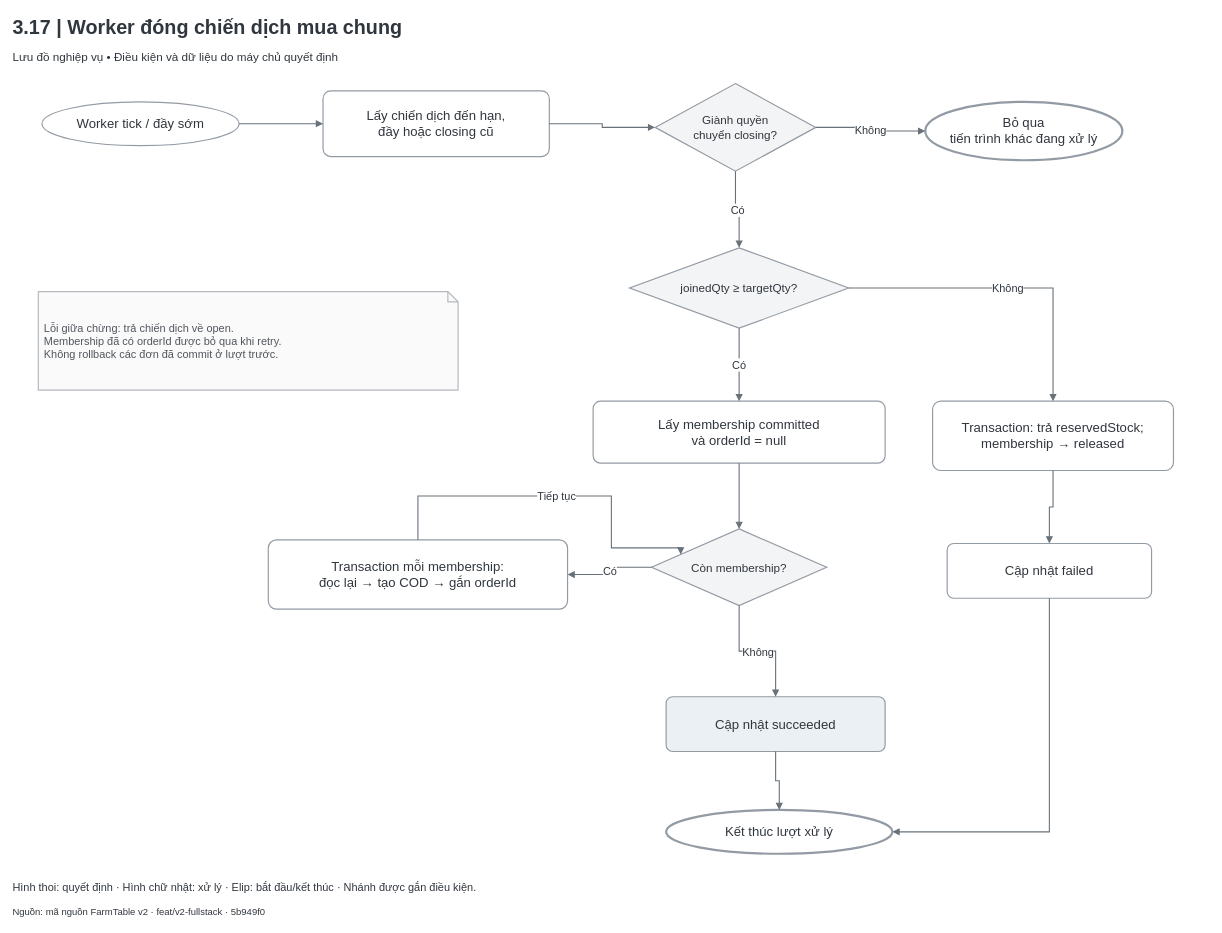
Earlier version of the draw.io diagram FarmTable_Chuong3/So_do_BA/drawio/Hinh_3_17.drawio (hathu1272006-eng/PTWnangcao). Source tidied: cells renumbered, new cells numbered last; positions are measured from the earlier drawing's top-left corner, leaving out a move shared by most shapes. Both pictures are drawn from the tidied source at 73%, with x=0, y=0 at pixel (12, 12).
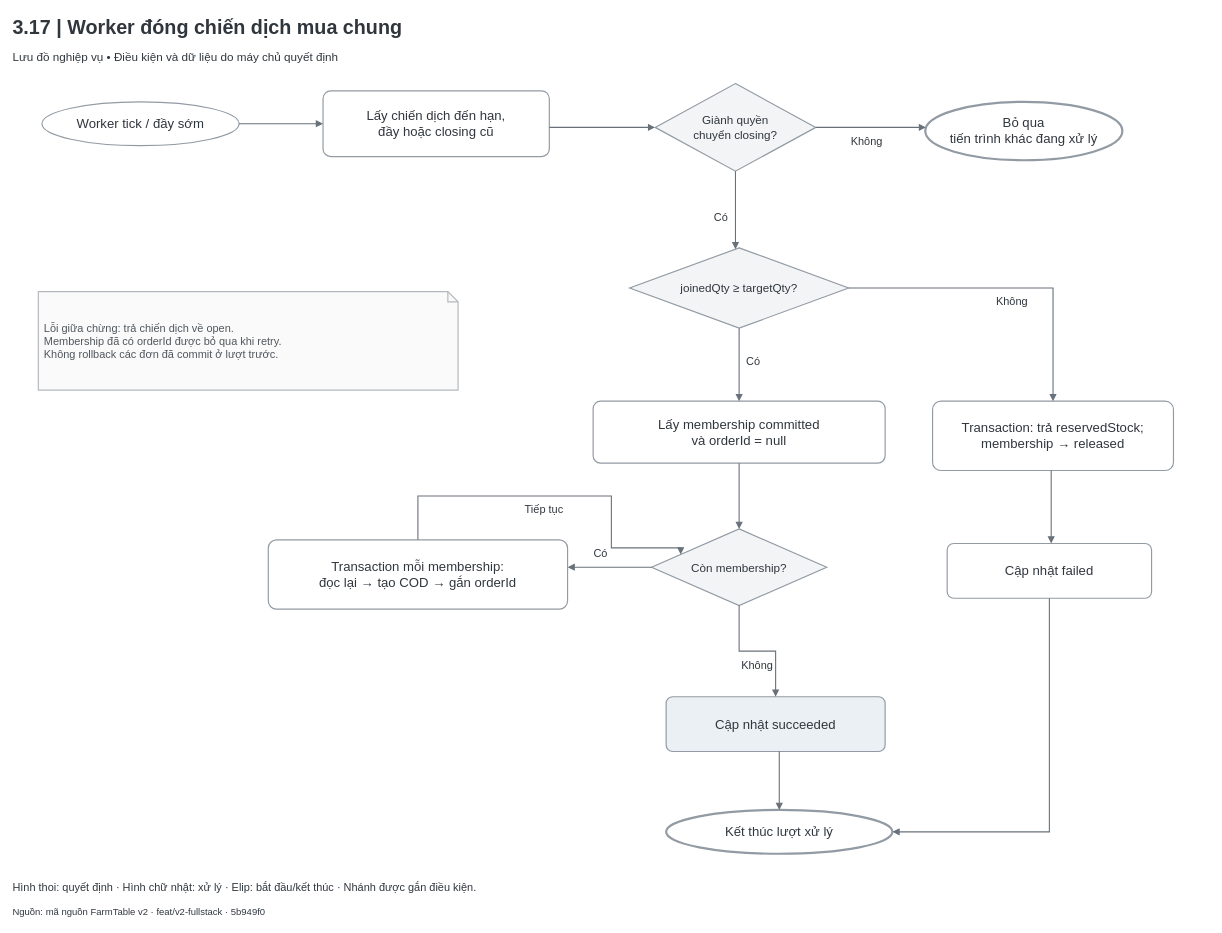
The same diagram, later.

Unchanged cells that the change refers to:
```xml
<mxCell id="4" value="Worker tick / đầy sớm" style="html=1;whiteSpace=wrap;fontFamily=Arial;fontSize=18;strokeWidth=1.6;spacing=8;ellipse;fillColor=#FFFFFF;strokeColor=#929AA3;fontColor=#30363D;" parent="1" vertex="1">
  <mxGeometry x="40" y="122" width="270" height="60" as="geometry" />
</mxCell>
<mxCell id="5" value="Lấy chiến dịch đến hạn,&lt;br/&gt;đầy hoặc closing cũ" style="html=1;whiteSpace=wrap;fontFamily=Arial;fontSize=18;strokeWidth=1.6;spacing=8;rounded=1;arcSize=12;fillColor=#FFFFFF;strokeColor=#929AA3;fontColor=#30363D;" parent="1" vertex="1">
  <mxGeometry x="425" y="107" width="310" height="90" as="geometry" />
</mxCell>
<mxCell id="6" value="Giành quyền&lt;br/&gt;chuyển closing?" style="html=1;whiteSpace=wrap;fontFamily=Arial;fontSize=18;strokeWidth=1.6;spacing=8;rhombus;fontSize=16;spacing=3;fillColor=#F3F4F5;strokeColor=#929AA3;fontColor=#30363D;" parent="1" vertex="1">
  <mxGeometry x="880" y="97" width="220" height="120" as="geometry" />
</mxCell>
<mxCell id="7" value="Bỏ qua&lt;br/&gt;tiến trình khác đang xử lý" style="html=1;whiteSpace=wrap;fontFamily=Arial;fontSize=18;strokeWidth=1.6;spacing=8;ellipse;strokeWidth=3;fillColor=#FFFFFF;strokeColor=#929AA3;fontColor=#30363D;" parent="1" vertex="1">
  <mxGeometry x="1250" y="122" width="270" height="80" as="geometry" />
</mxCell>
<mxCell id="8" value="joinedQty ≥ targetQty?" style="html=1;whiteSpace=wrap;fontFamily=Arial;fontSize=18;strokeWidth=1.6;spacing=8;rhombus;fontSize=16;spacing=3;fillColor=#F3F4F5;strokeColor=#929AA3;fontColor=#30363D;" parent="1" vertex="1">
  <mxGeometry x="845" y="322" width="300" height="110" as="geometry" />
</mxCell>
<mxCell id="9" value="Lấy membership committed&lt;br/&gt;và orderId = null" style="html=1;whiteSpace=wrap;fontFamily=Arial;fontSize=18;strokeWidth=1.6;spacing=8;rounded=1;arcSize=12;fillColor=#FFFFFF;strokeColor=#929AA3;fontColor=#30363D;" parent="1" vertex="1">
  <mxGeometry x="795" y="532" width="400" height="85" as="geometry" />
</mxCell>
<mxCell id="10" value="Còn membership?" style="html=1;whiteSpace=wrap;fontFamily=Arial;fontSize=18;strokeWidth=1.6;spacing=8;rhombus;fontSize=16;spacing=3;fillColor=#F3F4F5;strokeColor=#929AA3;fontColor=#30363D;" parent="1" vertex="1">
  <mxGeometry x="875" y="707" width="240" height="105" as="geometry" />
</mxCell>
<mxCell id="11" value="Transaction mỗi membership:&lt;br/&gt;đọc lại → tạo COD → gắn orderId" style="html=1;whiteSpace=wrap;fontFamily=Arial;fontSize=18;strokeWidth=1.6;spacing=8;rounded=1;arcSize=12;fillColor=#FFFFFF;strokeColor=#929AA3;fontColor=#30363D;" parent="1" vertex="1">
  <mxGeometry x="350" y="722" width="410" height="95" as="geometry" />
</mxCell>
<mxCell id="12" value="Cập nhật succeeded" style="html=1;whiteSpace=wrap;fontFamily=Arial;fontSize=18;strokeWidth=1.6;spacing=8;rounded=1;arcSize=12;fillColor=#EAF0F3;strokeColor=#929AA3;fontColor=#30363D;" parent="1" vertex="1">
  <mxGeometry x="895" y="937" width="300" height="75" as="geometry" />
</mxCell>
<mxCell id="13" value="Transaction: trả reservedStock;&lt;br/&gt;membership → released" style="html=1;whiteSpace=wrap;fontFamily=Arial;fontSize=18;strokeWidth=1.6;spacing=8;rounded=1;arcSize=12;fillColor=#FFFFFF;strokeColor=#929AA3;fontColor=#30363D;" parent="1" vertex="1">
  <mxGeometry x="1260" y="532" width="330" height="95" as="geometry" />
</mxCell>
<mxCell id="14" value="Cập nhật failed" style="html=1;whiteSpace=wrap;fontFamily=Arial;fontSize=18;strokeWidth=1.6;spacing=8;rounded=1;arcSize=12;fillColor=#FFFFFF;strokeColor=#929AA3;fontColor=#30363D;" parent="1" vertex="1">
  <mxGeometry x="1280" y="727" width="280" height="75" as="geometry" />
</mxCell>
<mxCell id="15" value="Kết thúc lượt xử lý" style="html=1;whiteSpace=wrap;fontFamily=Arial;fontSize=18;strokeWidth=1.6;spacing=8;ellipse;strokeWidth=3;fillColor=#FFFFFF;strokeColor=#929AA3;fontColor=#30363D;" parent="1" vertex="1">
  <mxGeometry x="895" y="1092" width="310" height="60" as="geometry" />
</mxCell>
```

The edit, as a diff of the source:
```diff
@@
-    <mxCell id="16" style="edgeStyle=orthogonalEdgeStyle;rounded=0;jettySize=20;html=1;fontFamily=Arial;fontSize=15;labelBackgroundColor=#FFFFFF;strokeWidth=1.5;endArrow=block;endFill=1;exitX=1;exitY=0.5;entryX=0;entryY=0.5;exitDx=0;exitDy=0;entryDx=0;entryDy=0;strokeColor=#68717A;fontColor=#30363D;" parent="1" edge="1" source="4" target="5">
+    <mxCell id="16" style="rounded=0;jettySize=20;html=1;fontFamily=Arial;fontSize=15;labelBackgroundColor=#FFFFFF;strokeWidth=1.5;endArrow=block;endFill=1;strokeColor=#68717A;fontColor=#30363D;edgeStyle=none;exitX=1.0;exitY=0.5;entryX=0.0;entryY=0.5;exitDx=0;exitDy=0;entryDx=0;entryDy=0;exitPerimeter=0;entryPerimeter=0;" parent="1" edge="1" source="4" target="5">
       <mxGeometry relative="1" as="geometry" />
     </mxCell>
-    <mxCell id="17" style="edgeStyle=orthogonalEdgeStyle;rounded=0;jettySize=20;html=1;fontFamily=Arial;fontSize=15;labelBackgroundColor=#FFFFFF;strokeWidth=1.5;endArrow=block;endFill=1;exitX=1;exitY=0.5;entryX=0;entryY=0.5;exitDx=0;exitDy=0;entryDx=0;entryDy=0;strokeColor=#68717A;fontColor=#30363D;" parent="1" edge="1" source="5" target="6">
+    <mxCell id="17" style="rounded=0;jettySize=20;html=1;fontFamily=Arial;fontSize=15;labelBackgroundColor=#FFFFFF;strokeWidth=1.5;endArrow=block;endFill=1;strokeColor=#68717A;fontColor=#30363D;edgeStyle=none;exitX=1.0;exitY=0.5555555555555556;entryX=0.0;entryY=0.5;exitDx=0;exitDy=0;entryDx=0;entryDy=0;exitPerimeter=0;entryPerimeter=0;" parent="1" edge="1" source="5" target="6">
       <mxGeometry relative="1" as="geometry" />
     </mxCell>
-    <mxCell id="18" value="Không" style="edgeStyle=orthogonalEdgeStyle;rounded=0;jettySize=20;html=1;fontFamily=Arial;fontSize=15;labelBackgroundColor=#FFFFFF;strokeWidth=1.5;endArrow=block;endFill=1;exitX=1;exitY=0.5;entryX=0;entryY=0.5;exitDx=0;exitDy=0;entryDx=0;entryDy=0;strokeColor=#68717A;fontColor=#30363D;" parent="1" edge="1" source="6" target="7">
-      <mxGeometry relative="1" as="geometry" />
+    <mxCell id="18" value="Không" style="rounded=0;jettySize=20;html=1;fontFamily=Arial;fontSize=15;strokeWidth=1.5;endArrow=block;endFill=1;strokeColor=#68717A;fontColor=#30363D;align=center;verticalAlign=middle;labelPosition=center;verticalLabelPosition=middle;whiteSpace=wrap;labelBackgroundColor=#FFFFFF;labelWidth=54;edgeStyle=none;exitX=1.0;exitY=0.5;entryX=0.003921629175389241;entryY=0.4375;exitDx=0;exitDy=0;entryDx=0;entryDy=0;exitPerimeter=0;entryPerimeter=0;" parent="1" edge="1" source="6" target="7">
+      <mxGeometry relative="1" as="geometry">
+        <mxPoint x="-5.6" y="18" as="offset" />
+      </mxGeometry>
     </mxCell>
-    <mxCell id="19" value="Có" style="edgeStyle=orthogonalEdgeStyle;rounded=0;jettySize=20;html=1;fontFamily=Arial;fontSize=15;labelBackgroundColor=#FFFFFF;strokeWidth=1.5;endArrow=block;endFill=1;exitX=0.5;exitY=1;entryX=0.5;entryY=0;exitDx=0;exitDy=0;entryDx=0;entryDy=0;strokeColor=#68717A;fontColor=#30363D;" parent="1" edge="1" source="6" target="8">
-      <mxGeometry relative="1" as="geometry" />
+    <mxCell id="19" value="Có" style="rounded=0;jettySize=20;html=1;fontFamily=Arial;fontSize=15;strokeWidth=1.5;endArrow=block;endFill=1;strokeColor=#68717A;fontColor=#30363D;align=center;verticalAlign=middle;labelPosition=center;verticalLabelPosition=middle;whiteSpace=wrap;labelBackgroundColor=#FFFFFF;labelWidth=45;edgeStyle=none;exitX=0.5;exitY=1.0;entryX=0.48333333333333334;entryY=0.016666666666666663;exitDx=0;exitDy=0;entryDx=0;entryDy=0;exitPerimeter=0;entryPerimeter=0;" parent="1" edge="1" source="6" target="8">
+      <mxGeometry relative="1" as="geometry">
+        <mxPoint x="-19.2" y="10.3" as="offset" />
+      </mxGeometry>
     </mxCell>
-    <mxCell id="20" value="Có" style="edgeStyle=orthogonalEdgeStyle;rounded=0;jettySize=20;html=1;fontFamily=Arial;fontSize=15;labelBackgroundColor=#FFFFFF;strokeWidth=1.5;endArrow=block;endFill=1;exitX=0.5;exitY=1;entryX=0.5;entryY=0;exitDx=0;exitDy=0;entryDx=0;entryDy=0;strokeColor=#68717A;fontColor=#30363D;" parent="1" edge="1" source="8" target="9">
-      <mxGeometry relative="1" as="geometry" />
+    <mxCell id="20" value="Có" style="rounded=0;jettySize=20;html=1;fontFamily=Arial;fontSize=15;strokeWidth=1.5;endArrow=block;endFill=1;strokeColor=#68717A;fontColor=#30363D;align=center;verticalAlign=middle;labelPosition=center;verticalLabelPosition=middle;whiteSpace=wrap;labelBackgroundColor=#FFFFFF;labelWidth=45;edgeStyle=none;exitX=0.5;exitY=1.0;entryX=0.5;entryY=0.0;exitDx=0;exitDy=0;entryDx=0;entryDy=0;exitPerimeter=0;entryPerimeter=0;" parent="1" edge="1" source="8" target="9">
+      <mxGeometry relative="1" as="geometry">
+        <mxPoint x="19.2" y="-5.2" as="offset" />
+      </mxGeometry>
     </mxCell>
-    <mxCell id="21" value="Không" style="edgeStyle=orthogonalEdgeStyle;rounded=0;jettySize=20;html=1;fontFamily=Arial;fontSize=15;labelBackgroundColor=#FFFFFF;strokeWidth=1.5;endArrow=block;endFill=1;exitX=1;exitY=0.5;entryX=0.5;entryY=0;exitDx=0;exitDy=0;entryDx=0;entryDy=0;strokeColor=#68717A;fontColor=#30363D;" parent="1" edge="1" source="8" target="13">
-      <mxGeometry relative="1" as="geometry" />
+    <mxCell id="21" value="Không" style="edgeStyle=orthogonalEdgeStyle;rounded=0;jettySize=20;html=1;fontFamily=Arial;fontSize=15;strokeWidth=1.5;endArrow=block;endFill=1;exitX=1;exitY=0.5;entryX=0.5;entryY=0;exitDx=0;exitDy=0;entryDx=0;entryDy=0;strokeColor=#68717A;fontColor=#30363D;align=center;verticalAlign=middle;labelPosition=center;verticalLabelPosition=middle;whiteSpace=wrap;labelBackgroundColor=#FFFFFF;labelWidth=54;" parent="1" edge="1" source="8" target="13">
+      <mxGeometry relative="1" as="geometry">
+        <mxPoint x="6" y="18" as="offset" />
+      </mxGeometry>
     </mxCell>
-    <mxCell id="22" style="edgeStyle=orthogonalEdgeStyle;rounded=0;jettySize=20;html=1;fontFamily=Arial;fontSize=15;labelBackgroundColor=#FFFFFF;strokeWidth=1.5;endArrow=block;endFill=1;exitX=0.5;exitY=1;entryX=0.5;entryY=0;exitDx=0;exitDy=0;entryDx=0;entryDy=0;strokeColor=#68717A;fontColor=#30363D;" parent="1" edge="1" source="9" target="10">
+    <mxCell id="22" style="rounded=0;jettySize=20;html=1;fontFamily=Arial;fontSize=15;labelBackgroundColor=#FFFFFF;strokeWidth=1.5;endArrow=block;endFill=1;strokeColor=#68717A;fontColor=#30363D;edgeStyle=none;exitX=0.5;exitY=1.0;entryX=0.5;entryY=0.0;exitDx=0;exitDy=0;entryDx=0;entryDy=0;exitPerimeter=0;entryPerimeter=0;" parent="1" edge="1" source="9" target="10">
       <mxGeometry relative="1" as="geometry" />
     </mxCell>
-    <mxCell id="23" value="Có" style="edgeStyle=orthogonalEdgeStyle;rounded=0;jettySize=20;html=1;fontFamily=Arial;fontSize=15;labelBackgroundColor=#FFFFFF;strokeWidth=1.5;endArrow=block;endFill=1;exitX=0;exitY=0.5;entryX=1;entryY=0.5;exitDx=0;exitDy=0;entryDx=0;entryDy=0;strokeColor=#68717A;fontColor=#30363D;" parent="1" edge="1" source="10" target="11">
-      <mxGeometry relative="1" as="geometry" />
+    <mxCell id="23" value="Có" style="rounded=0;jettySize=20;html=1;fontFamily=Arial;fontSize=15;strokeWidth=1.5;endArrow=block;endFill=1;strokeColor=#68717A;fontColor=#30363D;align=center;verticalAlign=middle;labelPosition=center;verticalLabelPosition=middle;whiteSpace=wrap;labelBackgroundColor=#FFFFFF;labelWidth=45;edgeStyle=none;exitX=0.0;exitY=0.5;entryX=1.0;entryY=0.39473684210526316;exitDx=0;exitDy=0;entryDx=0;entryDy=0;exitPerimeter=0;entryPerimeter=0;" parent="1" edge="1" source="10" target="11">
+      <mxGeometry relative="1" as="geometry">
+        <mxPoint x="-11.2" y="-20" as="offset" />
+      </mxGeometry>
     </mxCell>
-    <mxCell id="24" value="Tiếp tục" style="edgeStyle=orthogonalEdgeStyle;rounded=0;jettySize=20;html=1;fontFamily=Arial;fontSize=15;labelBackgroundColor=#FFFFFF;strokeWidth=1.5;endArrow=block;endFill=1;exitX=0.5;exitY=0;entryX=0;entryY=0.25;exitDx=0;exitDy=0;entryDx=0;entryDy=0;strokeColor=#68717A;fontColor=#30363D;" parent="1" edge="1" source="11" target="10">
+    <mxCell id="24" value="Tiếp tục" style="edgeStyle=orthogonalEdgeStyle;rounded=0;jettySize=20;html=1;fontFamily=Arial;fontSize=15;strokeWidth=1.5;endArrow=block;endFill=1;exitX=0.5;exitY=0;entryX=0;entryY=0.25;exitDx=0;exitDy=0;entryDx=0;entryDy=0;strokeColor=#68717A;fontColor=#30363D;align=center;verticalAlign=middle;labelPosition=center;verticalLabelPosition=middle;whiteSpace=wrap;labelBackgroundColor=#FFFFFF;labelWidth=78;" parent="1" edge="1" source="11" target="10">
       <mxGeometry relative="1" as="geometry">
         <Array as="points">
           <mxPoint x="555" y="662" />
           <mxPoint x="820" y="662" />
           <mxPoint x="820" y="733" />
         </Array>
+        <mxPoint x="-17.5" y="18" as="offset" />
       </mxGeometry>
     </mxCell>
-    <mxCell id="25" value="Không" style="edgeStyle=orthogonalEdgeStyle;rounded=0;jettySize=20;html=1;fontFamily=Arial;fontSize=15;labelBackgroundColor=#FFFFFF;strokeWidth=1.5;endArrow=block;endFill=1;exitX=0.5;exitY=1;entryX=0.5;entryY=0;exitDx=0;exitDy=0;entryDx=0;entryDy=0;strokeColor=#68717A;fontColor=#30363D;" parent="1" edge="1" source="10" target="12">
-      <mxGeometry relative="1" as="geometry" />
+    <mxCell id="25" value="Không" style="edgeStyle=orthogonalEdgeStyle;rounded=0;jettySize=20;html=1;fontFamily=Arial;fontSize=15;strokeWidth=1.5;endArrow=block;endFill=1;exitX=0.5;exitY=1;entryX=0.5;entryY=0;exitDx=0;exitDy=0;entryDx=0;entryDy=0;strokeColor=#68717A;fontColor=#30363D;align=center;verticalAlign=middle;labelPosition=center;verticalLabelPosition=middle;whiteSpace=wrap;labelBackgroundColor=#FFFFFF;labelWidth=54;" parent="1" edge="1" source="10" target="12">
+      <mxGeometry relative="1" as="geometry">
+        <mxPoint x="-1" y="18" as="offset" />
+      </mxGeometry>
     </mxCell>
-    <mxCell id="26" style="edgeStyle=orthogonalEdgeStyle;rounded=0;jettySize=20;html=1;fontFamily=Arial;fontSize=15;labelBackgroundColor=#FFFFFF;strokeWidth=1.5;endArrow=block;endFill=1;exitX=0.5;exitY=1;entryX=0.5;entryY=0;exitDx=0;exitDy=0;entryDx=0;entryDy=0;strokeColor=#68717A;fontColor=#30363D;" parent="1" edge="1" source="13" target="14">
+    <mxCell id="26" style="rounded=0;jettySize=20;html=1;fontFamily=Arial;fontSize=15;labelBackgroundColor=#FFFFFF;strokeWidth=1.5;endArrow=block;endFill=1;strokeColor=#68717A;fontColor=#30363D;edgeStyle=none;exitX=0.49242424242424243;exitY=1.0;entryX=0.5089285714285714;entryY=0.0;exitDx=0;exitDy=0;entryDx=0;entryDy=0;exitPerimeter=0;entryPerimeter=0;" parent="1" edge="1" source="13" target="14">
       <mxGeometry relative="1" as="geometry" />
     </mxCell>
-    <mxCell id="27" style="edgeStyle=orthogonalEdgeStyle;rounded=0;jettySize=20;html=1;fontFamily=Arial;fontSize=15;labelBackgroundColor=#FFFFFF;strokeWidth=1.5;endArrow=block;endFill=1;exitX=0.5;exitY=1;entryX=0.5;entryY=0;exitDx=0;exitDy=0;entryDx=0;entryDy=0;strokeColor=#68717A;fontColor=#30363D;" parent="1" edge="1" source="12" target="15">
+    <mxCell id="27" style="rounded=0;jettySize=20;html=1;fontFamily=Arial;fontSize=15;labelBackgroundColor=#FFFFFF;strokeWidth=1.5;endArrow=block;endFill=1;strokeColor=#68717A;fontColor=#30363D;edgeStyle=none;exitX=0.5166666666666667;exitY=1.0;entryX=0.5;entryY=0.0;exitDx=0;exitDy=0;entryDx=0;entryDy=0;exitPerimeter=0;entryPerimeter=0;" parent="1" edge="1" source="12" target="15">
       <mxGeometry relative="1" as="geometry" />
     </mxCell>
```
